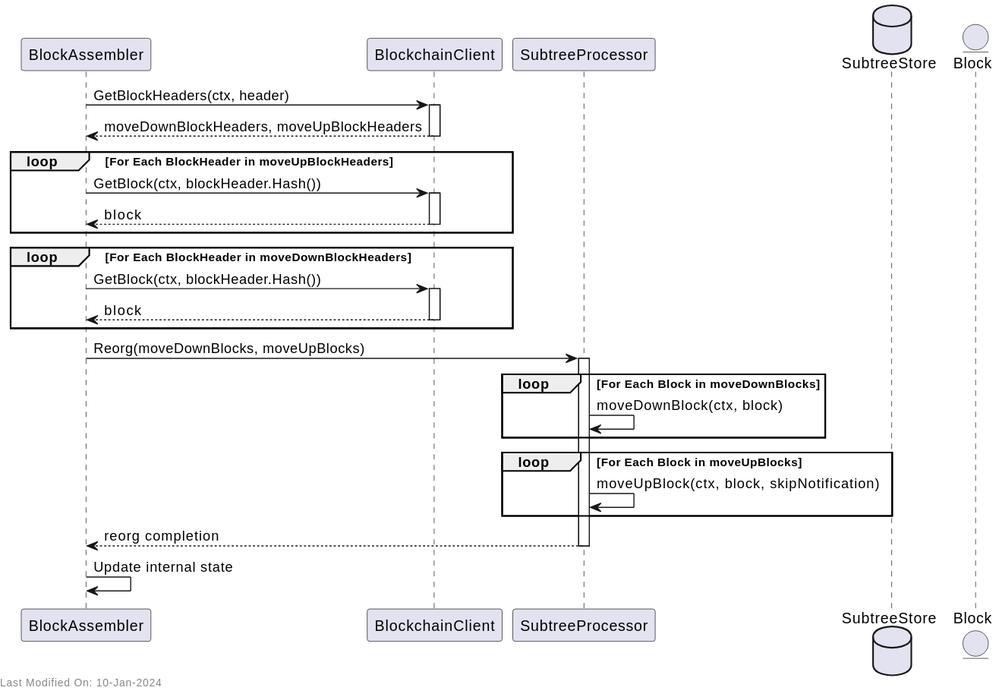
Earlier version of the PlantUML export docs/services/img/plantuml/blockassembly/block_assembly_reorg.svg (freemans13/teranode). Its source is kept beside it as docs/services/img/plantuml/blockassembly/block_assembly_reorg.puml.
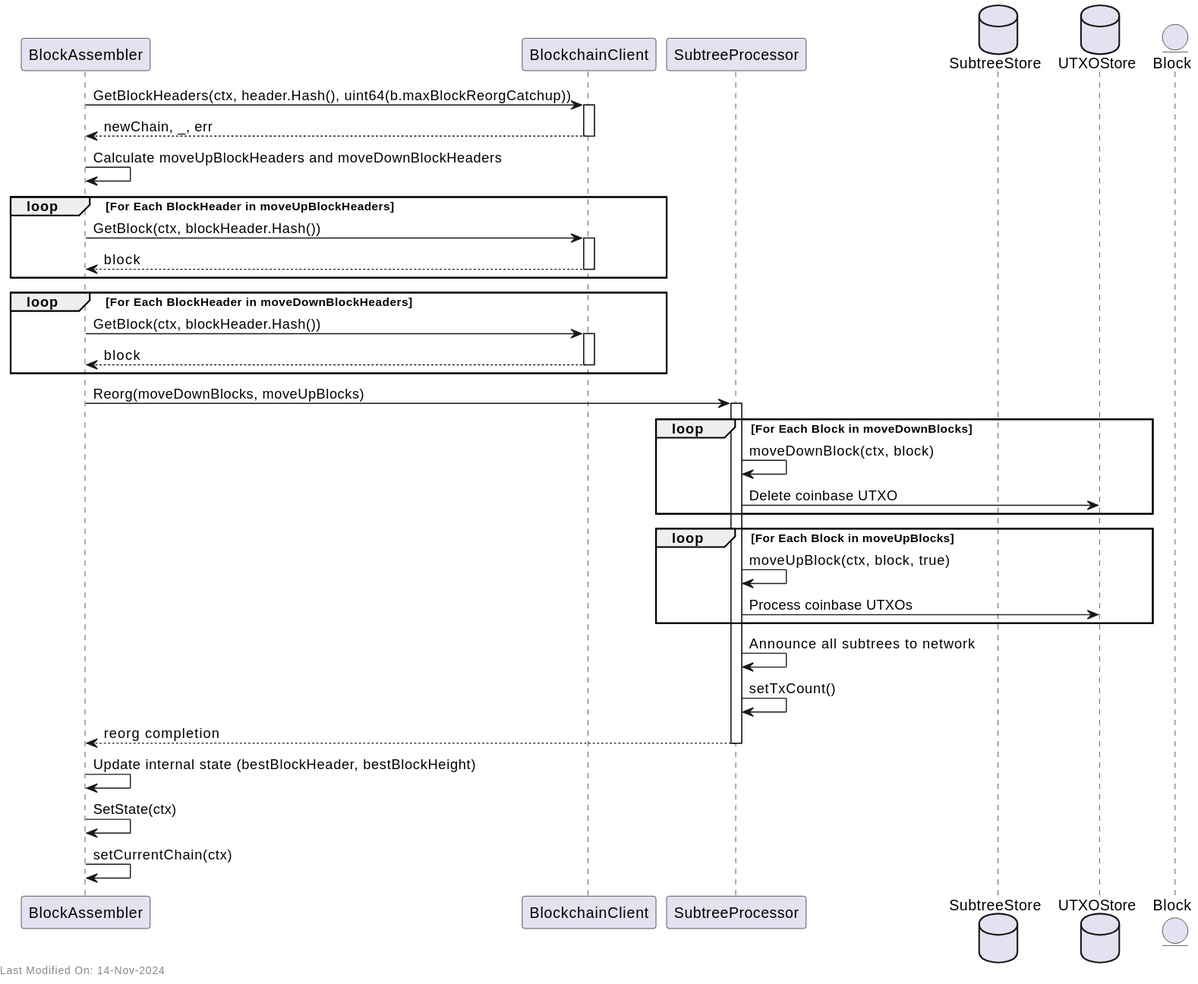
After the change.

Commit message:
Documentation - restructure Block Assembly documentation for better separation of design and reference documents #1399

Change to the diagram source:
```diff
@@ -3,12 +3,15 @@
 participant "BlockchainClient" as BC
 participant "SubtreeProcessor" as STP
 database "SubtreeStore" as SStore
+database "UTXOStore" as UTXOStore
 entity "Block" as BlockEntity
 
-BA -> BC : GetBlockHeaders(ctx, header)
+BA -> BC : GetBlockHeaders(ctx, header.Hash(), uint64(b.maxBlockReorgCatchup))
 activate BC
-BC --> BA : moveDownBlockHeaders, moveUpBlockHeaders
+BC --> BA : newChain, _, err
 deactivate BC
+
+BA -> BA : Calculate moveUpBlockHeaders and moveDownBlockHeaders
 
 loop For Each BlockHeader in moveUpBlockHeaders
     BA -> BC : GetBlock(ctx, blockHeader.Hash())
@@ -29,16 +32,23 @@
 
 loop For Each Block in moveDownBlocks
     STP -> STP : moveDownBlock(ctx, block)
+    STP -> UTXOStore : Delete coinbase UTXO
 end
 
 loop For Each Block in moveUpBlocks
-    STP -> STP : moveUpBlock(ctx, block, skipNotification)
+    STP -> STP : moveUpBlock(ctx, block, true)
+    STP -> UTXOStore : Process coinbase UTXOs
 end
+
+STP -> STP : Announce all subtrees to network
+STP -> STP : setTxCount()
 
 STP --> BA : reorg completion
 deactivate STP
 
-BA -> BA : Update internal state
+BA -> BA : Update internal state (bestBlockHeader, bestBlockHeight)
+BA -> BA : SetState(ctx)
+BA -> BA : setCurrentChain(ctx)
 
 left footer Last Modified On: %date("dd-MMM-yyyy")
 
```
